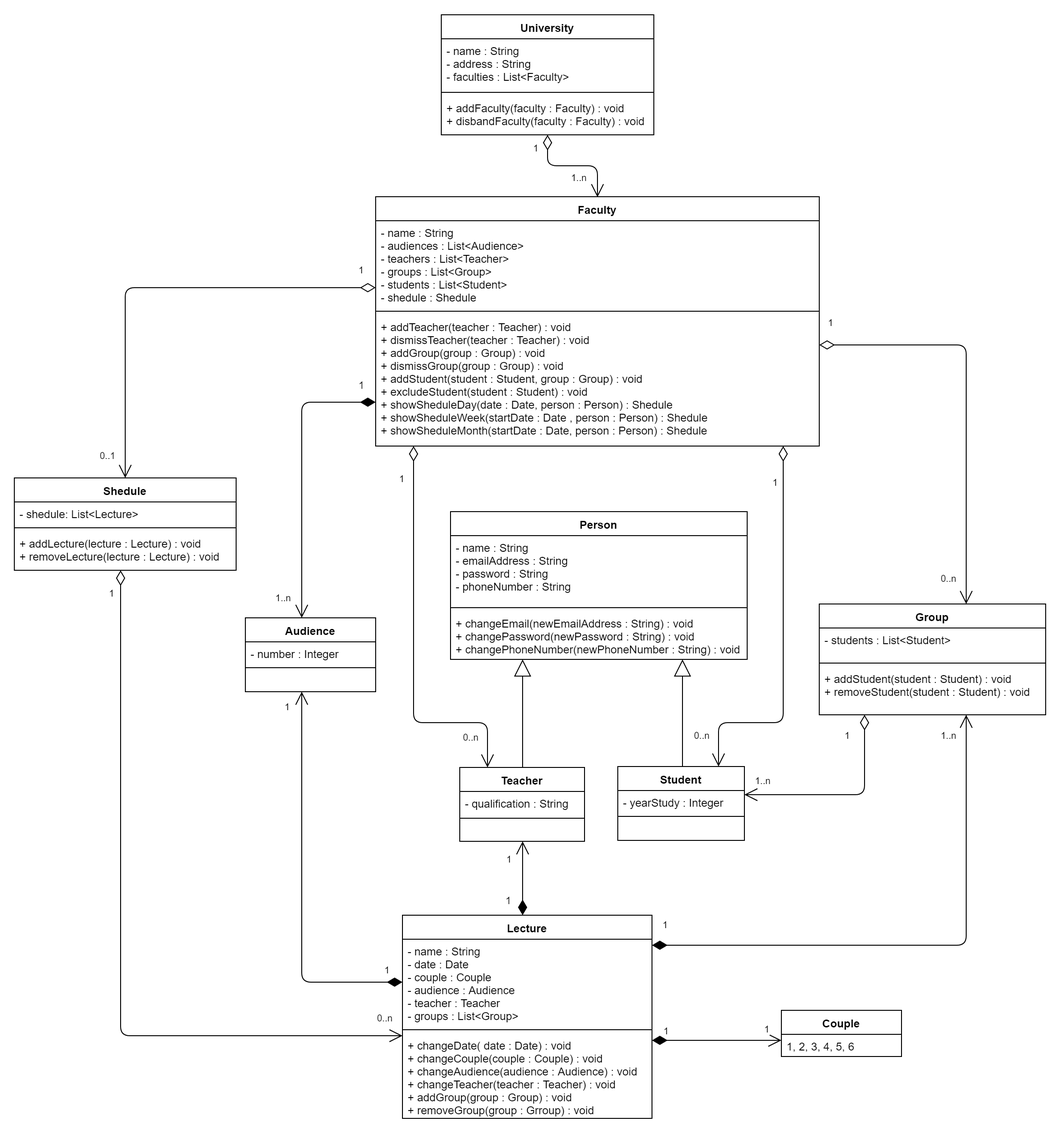
MaxValencio/university keeps this draw.io diagram as University.png. Above is the earlier version. Source tidied: cells renumbered, new cells last; positions are measured from the earlier drawing's top-left corner, leaving out a move shared by most shapes.
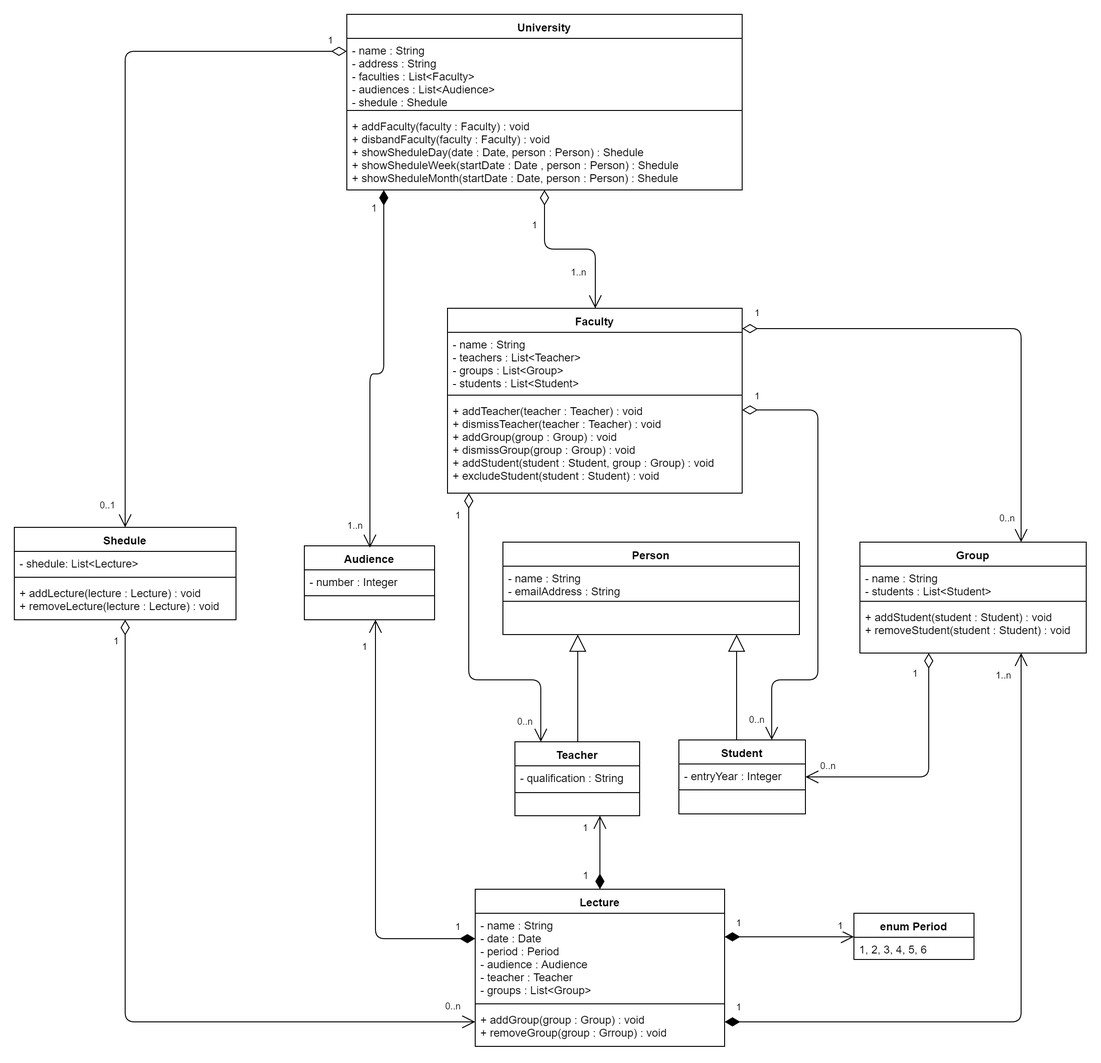
The same diagram one commit later.

Diff of the diagram source:
```diff
@@ -5,15 +5,15 @@
     <mxCell id="2" value="Faculty" style="swimlane;fontStyle=1;align=center;verticalAlign=top;horizontal=1;startSize=26;" parent="1" vertex="1">
-      <mxGeometry x="391" y="197.5" width="480" height="270" as="geometry" />
+      <mxGeometry x="409" y="262" width="319" height="200" as="geometry" />
     </mxCell>
-    <mxCell id="3" value="- name : String&#10;- audiences : List&lt;Audience&gt;&#10;- teachers : List&lt;Teacher&gt;&#10;- groups : List&lt;Group&gt;&#10;- students : List&lt;Student&gt;&#10;- shedule : Shedule&#10;&#10;" style="text;strokeColor=none;fillColor=none;align=left;verticalAlign=top;spacingLeft=4;spacingRight=4;overflow=hidden;" parent="2" vertex="1">
-      <mxGeometry y="26" width="480" height="94" as="geometry" />
+    <mxCell id="3" value="- name : String&#10;- teachers : List&lt;Teacher&gt;&#10;- groups : List&lt;Group&gt;&#10;- students : List&lt;Student&gt;&#10;&#10;" style="text;strokeColor=none;fillColor=none;align=left;verticalAlign=top;spacingLeft=4;spacingRight=4;overflow=hidden;" parent="2" vertex="1">
+      <mxGeometry y="26" width="319" height="64" as="geometry" />
     </mxCell>
     <mxCell id="4" style="line;strokeWidth=1;fillColor=none;align=left;verticalAlign=middle;spacingTop=-1;spacingLeft=3;spacingRight=3;labelPosition=right;" parent="2" vertex="1">
-      <mxGeometry y="120" width="480" height="8" as="geometry" />
+      <mxGeometry y="90" width="319" height="8" as="geometry" />
     </mxCell>
-    <mxCell id="5" value="+ addTeacher(teacher : Teacher) : void&#10;+ dismissTeacher(teacher : Teacher) : void&#10;+ addGroup(group : Group) : void&#10;+ dismissGroup(group : Group) : void&#10;+ addStudent(student : Student, group : Group) : void&#10;+ excludeStudent(student : Student) : void&#10;+ showSheduleDay(date : Date, person : Person) : Shedule&#10;+ showSheduleWeek(startDate : Date , person : Person) : Shedule&#10;+ showSheduleMonth(startDate : Date, person : Person) : Shedule&#10;" style="text;strokeColor=none;fillColor=none;align=left;verticalAlign=top;spacingLeft=4;spacingRight=4;overflow=hidden;" parent="2" vertex="1">
-      <mxGeometry y="128" width="480" height="142" as="geometry" />
+    <mxCell id="5" value="+ addTeacher(teacher : Teacher) : void&#10;+ dismissTeacher(teacher : Teacher) : void&#10;+ addGroup(group : Group) : void&#10;+ dismissGroup(group : Group) : void&#10;+ addStudent(student : Student, group : Group) : void&#10;+ excludeStudent(student : Student) : void&#10;&#10;" style="text;strokeColor=none;fillColor=none;align=left;verticalAlign=top;spacingLeft=4;spacingRight=4;overflow=hidden;" parent="2" vertex="1">
+      <mxGeometry y="98" width="319" height="102" as="geometry" />
     </mxCell>
     <mxCell id="6" value="Shedule" style="swimlane;fontStyle=1;align=center;verticalAlign=top;horizontal=1;startSize=26;" parent="1" vertex="1">
-      <mxGeometry y="502" width="240" height="100" as="geometry" />
+      <mxGeometry x="-60" y="499" width="240" height="100" as="geometry" />
     </mxCell>
@@ -29,5 +29,5 @@
     <mxCell id="10" value="Group" style="swimlane;fontStyle=1;align=center;verticalAlign=top;horizontal=1;startSize=26;" parent="1" vertex="1">
-      <mxGeometry x="871" y="638.5" width="245" height="120" as="geometry" />
+      <mxGeometry x="855.5" y="515" width="245" height="120" as="geometry" />
     </mxCell>
-    <mxCell id="11" value="- students : List&lt;Student&gt;&#10;" style="text;strokeColor=none;fillColor=none;align=left;verticalAlign=top;spacingLeft=4;spacingRight=4;overflow=hidden;" parent="10" vertex="1">
+    <mxCell id="11" value="- name : String&#10;- students : List&lt;Student&gt;&#10;" style="text;strokeColor=none;fillColor=none;align=left;verticalAlign=top;spacingLeft=4;spacingRight=4;overflow=hidden;" parent="10" vertex="1">
       <mxGeometry y="26" width="245" height="34" as="geometry" />
@@ -41,15 +41,15 @@
     <mxCell id="14" value="University" style="swimlane;fontStyle=1;align=center;verticalAlign=top;horizontal=1;startSize=26;" parent="1" vertex="1">
-      <mxGeometry x="462" y="0.5" width="230" height="130" as="geometry" />
+      <mxGeometry x="300" y="-56" width="428" height="190" as="geometry" />
     </mxCell>
-    <mxCell id="15" value="- name : String&#10;- address : String&#10;- faculties : List&lt;Faculty&gt;" style="text;strokeColor=none;fillColor=none;align=left;verticalAlign=top;spacingLeft=4;spacingRight=4;overflow=hidden;" parent="14" vertex="1">
-      <mxGeometry y="26" width="230" height="54" as="geometry" />
+    <mxCell id="15" value="- name : String&#10;- address : String&#10;- faculties : List&lt;Faculty&gt;&#10;- audiences : List&lt;Audience&gt;&#10;- shedule : Shedule&#10;" style="text;strokeColor=none;fillColor=none;align=left;verticalAlign=top;spacingLeft=4;spacingRight=4;overflow=hidden;" parent="14" vertex="1">
+      <mxGeometry y="26" width="428" height="74" as="geometry" />
     </mxCell>
     <mxCell id="16" style="line;strokeWidth=1;fillColor=none;align=left;verticalAlign=middle;spacingTop=-1;spacingLeft=3;spacingRight=3;labelPosition=right;" parent="14" vertex="1">
-      <mxGeometry y="80" width="230" height="8" as="geometry" />
+      <mxGeometry y="100" width="428" height="8" as="geometry" />
     </mxCell>
-    <mxCell id="17" value="+ addFaculty(faculty : Faculty) : void&#10;+ disbandFaculty(faculty : Faculty) : void  &#10;" style="text;strokeColor=none;fillColor=none;align=left;verticalAlign=top;spacingLeft=4;spacingRight=4;overflow=hidden;" parent="14" vertex="1">
-      <mxGeometry y="88" width="230" height="42" as="geometry" />
+    <mxCell id="17" value="+ addFaculty(faculty : Faculty) : void&#10;+ disbandFaculty(faculty : Faculty) : void  &#10;+ showSheduleDay(date : Date, person : Person) : Shedule&#10;+ showSheduleWeek(startDate : Date , person : Person) : Shedule&#10;+ showSheduleMonth(startDate : Date, person : Person) : Shedule&#10;&#10;" style="text;strokeColor=none;fillColor=none;align=left;verticalAlign=top;spacingLeft=4;spacingRight=4;overflow=hidden;" parent="14" vertex="1">
+      <mxGeometry y="108" width="428" height="82" as="geometry" />
     </mxCell>
-    <mxCell id="18" value="Couple" style="swimlane;fontStyle=1;align=center;verticalAlign=top;horizontal=1;startSize=26;" parent="1" vertex="1">
-      <mxGeometry x="830" y="1078.5" width="130" height="50" as="geometry" />
+    <mxCell id="18" value="enum Period" style="swimlane;fontStyle=1;align=center;verticalAlign=top;horizontal=1;startSize=26;" parent="1" vertex="1">
+      <mxGeometry x="849" y="916.5" width="130" height="50" as="geometry" />
     </mxCell>
@@ -59,5 +59,5 @@
     <mxCell id="20" value="Lecture" style="swimlane;fontStyle=1;align=center;verticalAlign=top;horizontal=1;startSize=26;" parent="1" vertex="1">
-      <mxGeometry x="420" y="975.5" width="270" height="220" as="geometry" />
+      <mxGeometry x="439" y="890.5" width="270" height="170" as="geometry" />
     </mxCell>
-    <mxCell id="21" value="- name : String&#10;- date : Date&#10;- couple : Couple&#10;- audience : Audience&#10;- teacher : Teacher&#10;- groups : List&lt;Group&gt;&#10;&#10;" style="text;strokeColor=none;fillColor=none;align=left;verticalAlign=top;spacingLeft=4;spacingRight=4;overflow=hidden;" parent="20" vertex="1">
+    <mxCell id="21" value="- name : String&#10;- date : Date&#10;- period : Period&#10;- audience : Audience&#10;- teacher : Teacher&#10;- groups : List&lt;Group&gt;&#10;&#10;" style="text;strokeColor=none;fillColor=none;align=left;verticalAlign=top;spacingLeft=4;spacingRight=4;overflow=hidden;" parent="20" vertex="1">
       <mxGeometry y="26" width="270" height="94" as="geometry" />
@@ -67,7 +67,7 @@
     </mxCell>
-    <mxCell id="23" value="+ changeDate( date : Date) : void&#10;+ changeCouple(couple : Couple) : void&#10;+ changeAudience(audience : Audience) : void&#10;+ changeTeacher(teacher : Teacher) : void&#10;+ addGroup(group : Group) : void&#10;+ removeGroup(group : Grroup) : void&#10;" style="text;strokeColor=none;fillColor=none;align=left;verticalAlign=top;spacingLeft=4;spacingRight=4;overflow=hidden;" parent="20" vertex="1">
-      <mxGeometry y="128" width="270" height="92" as="geometry" />
+    <mxCell id="23" value="+ addGroup(group : Group) : void&#10;+ removeGroup(group : Grroup) : void&#10;" style="text;strokeColor=none;fillColor=none;align=left;verticalAlign=top;spacingLeft=4;spacingRight=4;overflow=hidden;" parent="20" vertex="1">
+      <mxGeometry y="128" width="270" height="42" as="geometry" />
     </mxCell>
     <mxCell id="24" value="Teacher" style="swimlane;fontStyle=1;align=center;verticalAlign=top;horizontal=1;startSize=26;" parent="1" vertex="1">
-      <mxGeometry x="482" y="815.5" width="135" height="80" as="geometry" />
+      <mxGeometry x="482" y="731" width="135" height="80" as="geometry" />
     </mxCell>
@@ -83,5 +83,5 @@
     <mxCell id="28" value="Student" style="swimlane;fontStyle=1;align=center;verticalAlign=top;horizontal=1;startSize=26;" parent="1" vertex="1">
-      <mxGeometry x="653" y="814.5" width="137" height="80" as="geometry" />
+      <mxGeometry x="659.5" y="729" width="137" height="80" as="geometry" />
     </mxCell>
-    <mxCell id="29" value="- yearStudy : Integer" style="text;strokeColor=none;fillColor=none;align=left;verticalAlign=top;spacingLeft=4;spacingRight=4;overflow=hidden;" parent="28" vertex="1">
+    <mxCell id="29" value="- entryYear : Integer" style="text;strokeColor=none;fillColor=none;align=left;verticalAlign=top;spacingLeft=4;spacingRight=4;overflow=hidden;" parent="28" vertex="1">
       <mxGeometry y="26" width="137" height="24" as="geometry" />
@@ -95,12 +95,12 @@
     <mxCell id="32" value="Person" style="swimlane;fontStyle=1;align=center;verticalAlign=top;horizontal=1;startSize=26;swimlaneLine=1;glass=0;comic=0;shadow=0;rounded=0;" parent="1" vertex="1">
-      <mxGeometry x="472" y="538.5" width="321" height="160" as="geometry" />
+      <mxGeometry x="469" y="515" width="321" height="100" as="geometry" />
     </mxCell>
-    <mxCell id="33" value="- name : String&#10;- emailAddress : String&#10;- password : String&#10;- phoneNumber : String&#10;" style="text;strokeColor=none;fillColor=none;align=left;verticalAlign=top;spacingLeft=4;spacingRight=4;overflow=hidden;" parent="32" vertex="1">
-      <mxGeometry y="26" width="321" height="74" as="geometry" />
+    <mxCell id="33" value="- name : String&#10;- emailAddress : String&#10;" style="text;strokeColor=none;fillColor=none;align=left;verticalAlign=top;spacingLeft=4;spacingRight=4;overflow=hidden;" parent="32" vertex="1">
+      <mxGeometry y="26" width="321" height="34" as="geometry" />
     </mxCell>
     <mxCell id="34" style="line;strokeWidth=1;fillColor=none;align=left;verticalAlign=middle;spacingTop=-1;spacingLeft=3;spacingRight=3;labelPosition=right;" parent="32" vertex="1">
-      <mxGeometry y="100" width="321" height="8" as="geometry" />
+      <mxGeometry y="60" width="321" height="8" as="geometry" />
     </mxCell>
-    <mxCell id="35" value="+ changeEmail(newEmailAddress : String) : void&#10;+ changePassword(newPassword : String) : void&#10;+ changePhoneNumber(newPhoneNumber : String) : void&#10;" style="text;strokeColor=none;fillColor=none;align=left;verticalAlign=top;spacingLeft=4;spacingRight=4;overflow=hidden;shadow=1;" parent="32" vertex="1">
-      <mxGeometry y="108" width="321" height="52" as="geometry" />
+    <mxCell id="35" value=" &#10;" style="text;strokeColor=none;fillColor=none;align=left;verticalAlign=top;spacingLeft=4;spacingRight=4;overflow=hidden;shadow=1;" parent="32" vertex="1">
+      <mxGeometry y="68" width="321" height="32" as="geometry" />
     </mxCell>
@@ -109,4 +109,4 @@
         <Array as="points">
-          <mxPoint x="550" y="771.5" />
-          <mxPoint x="550" y="771.5" />
+          <mxPoint x="550" y="684" />
+          <mxPoint x="550" y="684" />
         </Array>
@@ -117,4 +117,4 @@
         <Array as="points">
-          <mxPoint x="723" y="771.5" />
-          <mxPoint x="723" y="771.5" />
+          <mxPoint x="722" y="684" />
+          <mxPoint x="722" y="684" />
         </Array>
@@ -126,3 +126,3 @@
     <mxCell id="39" value="Audience" style="swimlane;fontStyle=1;align=center;verticalAlign=top;horizontal=1;startSize=26;" parent="1" vertex="1">
-      <mxGeometry x="250" y="653.5" width="141" height="80" as="geometry" />
+      <mxGeometry x="254" y="519" width="141" height="80" as="geometry" />
     </mxCell>
@@ -137,7 +137,10 @@
     </mxCell>
-    <mxCell id="43" value="1" style="endArrow=open;html=1;endSize=12;startArrow=diamondThin;startSize=14;startFill=1;edgeStyle=orthogonalEdgeStyle;align=left;verticalAlign=bottom;" parent="1" edge="1" source="2" target="39">
-      <mxGeometry x="-0.87" y="-10" relative="1" as="geometry">
+    <mxCell id="43" value="1" style="endArrow=open;html=1;endSize=12;startArrow=diamondThin;startSize=14;startFill=1;edgeStyle=orthogonalEdgeStyle;align=left;verticalAlign=bottom;" parent="1" edge="1" source="14">
+      <mxGeometry x="-0.56" y="-62" relative="1" as="geometry">
+        <mxPoint x="325" y="521" as="targetPoint" />
         <Array as="points">
-          <mxPoint x="310.5" y="419.5" />
+          <mxPoint x="340" y="333" />
+          <mxPoint x="325" y="333" />
         </Array>
+        <mxPoint x="47" y="-60" as="offset" />
       </mxGeometry>
@@ -147,3 +150,3 @@
         <Array as="points">
-          <mxPoint x="311" y="1047.5" />
+          <mxPoint x="331" y="944" />
         </Array>
@@ -153,3 +156,3 @@
       <mxGeometry x="-1" relative="1" as="geometry">
-        <mxPoint x="-22" y="-26" as="offset" />
+        <mxPoint x="-24" y="-26" as="offset" />
       </mxGeometry>
@@ -158,10 +161,9 @@
       <mxGeometry x="1" relative="1" as="geometry">
-        <mxPoint x="-10" y="3.5" as="offset" />
+        <mxPoint x="-6.5" y="16" as="offset" />
       </mxGeometry>
     </mxCell>
-    <mxCell id="47" style="endArrow=open;html=1;endSize=12;startArrow=diamondThin;startSize=14;startFill=0;edgeStyle=orthogonalEdgeStyle;" parent="1" edge="1" source="2" target="6">
+    <mxCell id="47" style="endArrow=open;html=1;endSize=12;startArrow=diamondThin;startSize=14;startFill=0;edgeStyle=orthogonalEdgeStyle;" parent="1" edge="1" source="14" target="6">
       <mxGeometry relative="1" as="geometry">
         <Array as="points">
-          <mxPoint x="350" y="295.5" />
-          <mxPoint x="350" y="295.5" />
+          <mxPoint x="60" y="-16" />
         </Array>
@@ -172,4 +174,4 @@
         <Array as="points">
-          <mxPoint x="740" y="1110.5" />
-          <mxPoint x="740" y="1110.5" />
+          <mxPoint x="779" y="942" />
+          <mxPoint x="779" y="942" />
         </Array>
@@ -179,3 +181,3 @@
       <mxGeometry x="-1" relative="1" as="geometry">
-        <mxPoint x="10" y="-23" as="offset" />
+        <mxPoint x="10" y="-28" as="offset" />
       </mxGeometry>
@@ -185,3 +187,3 @@
         <Array as="points">
-          <mxPoint x="115" y="1106" />
+          <mxPoint x="60" y="1034" />
         </Array>
@@ -191,3 +193,3 @@
       <mxGeometry x="-1" relative="1" as="geometry">
-        <mxPoint x="275" y="472" as="offset" />
+        <mxPoint x="344" y="405" as="offset" />
       </mxGeometry>
@@ -196,3 +198,3 @@
       <mxGeometry x="1" relative="1" as="geometry">
-        <mxPoint x="400" y="-20" as="offset" />
+        <mxPoint x="401" y="-117.5" as="offset" />
       </mxGeometry>
@@ -202,3 +204,3 @@
         <Array as="points">
-          <mxPoint x="1030" y="1007.5" />
+          <mxPoint x="1030" y="1034" />
         </Array>
@@ -208,3 +210,3 @@
       <mxGeometry x="-1" relative="1" as="geometry">
-        <mxPoint x="-320" y="-744" as="offset" />
+        <mxPoint x="-432" y="-1075" as="offset" />
       </mxGeometry>
@@ -213,3 +215,3 @@
       <mxGeometry x="1" relative="1" as="geometry">
-        <mxPoint x="-320" y="215" as="offset" />
+        <mxPoint x="-280" y="-291" as="offset" />
       </mxGeometry>
@@ -219,3 +221,3 @@
         <Array as="points">
-          <mxPoint x="1030" y="357.5" />
+          <mxPoint x="1030" y="284" />
         </Array>
@@ -223,5 +225,5 @@
     </mxCell>
-    <mxCell id="57" value="1..n" style="html=1;align=left;verticalAlign=top;labelBackgroundColor=#ffffff;fontSize=10;" parent="56" vertex="1">
+    <mxCell id="57" value="0..n" style="html=1;align=left;verticalAlign=top;labelBackgroundColor=#ffffff;fontSize=10;" parent="56" vertex="1">
       <mxGeometry x="-1" relative="1" as="geometry">
-        <mxPoint x="-72" y="459" as="offset" />
+        <mxPoint x="5" y="409.5" as="offset" />
       </mxGeometry>
@@ -230,3 +232,3 @@
       <mxGeometry x="1" relative="1" as="geometry">
-        <mxPoint x="-141" y="-318" as="offset" />
+        <mxPoint x="-466.5" y="296" as="offset" />
       </mxGeometry>
@@ -236,4 +238,4 @@
         <Array as="points">
-          <mxPoint x="432" y="766.5" />
-          <mxPoint x="512" y="766.5" />
+          <mxPoint x="432" y="664" />
+          <mxPoint x="510" y="664" />
         </Array>
@@ -243,3 +245,3 @@
       <mxGeometry x="-1" relative="1" as="geometry">
-        <mxPoint x="50.5" y="302" as="offset" />
+        <mxPoint x="50" y="233.5" as="offset" />
       </mxGeometry>
@@ -248,3 +250,3 @@
       <mxGeometry x="1" relative="1" as="geometry">
-        <mxPoint x="-87" y="-326" as="offset" />
+        <mxPoint x="-84" y="-258" as="offset" />
       </mxGeometry>
@@ -256,3 +258,3 @@
       <mxGeometry x="-1" relative="1" as="geometry">
-        <mxPoint x="23" y="33.5" as="offset" />
+        <mxPoint x="26" y="76" as="offset" />
       </mxGeometry>
@@ -261,3 +263,3 @@
       <mxGeometry x="1" relative="1" as="geometry">
-        <mxPoint x="-61" y="-67" as="offset" />
+        <mxPoint x="-60" y="-103" as="offset" />
       </mxGeometry>
@@ -267,3 +269,3 @@
         <Array as="points">
-          <mxPoint x="920" y="844.5" />
+          <mxPoint x="930" y="769" />
         </Array>
@@ -273,3 +275,3 @@
       <mxGeometry x="-1" relative="1" as="geometry">
-        <mxPoint x="80" y="-161" as="offset" />
+        <mxPoint x="74" y="-159" as="offset" />
       </mxGeometry>
@@ -278,3 +280,3 @@
       <mxGeometry x="1" relative="1" as="geometry">
-        <mxPoint x="117" y="-77" as="offset" />
+        <mxPoint x="125" y="-125" as="offset" />
       </mxGeometry>
@@ -292,4 +294,5 @@
         <Array as="points">
-          <mxPoint x="832" y="766.5" />
-          <mxPoint x="762" y="766.5" />
+          <mxPoint x="810" y="372" />
+          <mxPoint x="810" y="664" />
+          <mxPoint x="760" y="664" />
         </Array>
@@ -299,3 +302,3 @@
       <mxGeometry x="-1" relative="1" as="geometry">
-        <mxPoint x="-99" y="300" as="offset" />
+        <mxPoint x="82" y="372" as="offset" />
       </mxGeometry>
@@ -304,3 +307,3 @@
       <mxGeometry x="1" relative="1" as="geometry">
-        <mxPoint x="67" y="-321" as="offset" />
+        <mxPoint x="-10" y="-475" as="offset" />
       </mxGeometry>
@@ -309,3 +312,3 @@
       <mxGeometry x="1" relative="1" as="geometry">
-        <mxPoint x="601" y="917.5" as="offset" />
+        <mxPoint x="790" y="1020.5" as="offset" />
       </mxGeometry>
@@ -314,3 +317,3 @@
       <mxGeometry x="1" relative="1" as="geometry">
-        <mxPoint x="361.5" y="634.5" as="offset" />
+        <mxPoint x="380" y="500" as="offset" />
       </mxGeometry>
@@ -319,3 +322,3 @@
       <mxGeometry x="-1" relative="1" as="geometry">
-        <mxPoint x="1060" y="783.5" as="offset" />
+        <mxPoint x="1060" y="662" as="offset" />
       </mxGeometry>
@@ -324,3 +327,3 @@
       <mxGeometry x="-1" relative="1" as="geometry">
-        <mxPoint x="150" y="481" as="offset" />
+        <mxPoint x="90" y="478" as="offset" />
       </mxGeometry>
@@ -329,3 +332,3 @@
       <mxGeometry x="-1" relative="1" as="geometry">
-        <mxPoint x="160" y="630" as="offset" />
+        <mxPoint x="105" y="625" as="offset" />
       </mxGeometry>
```
